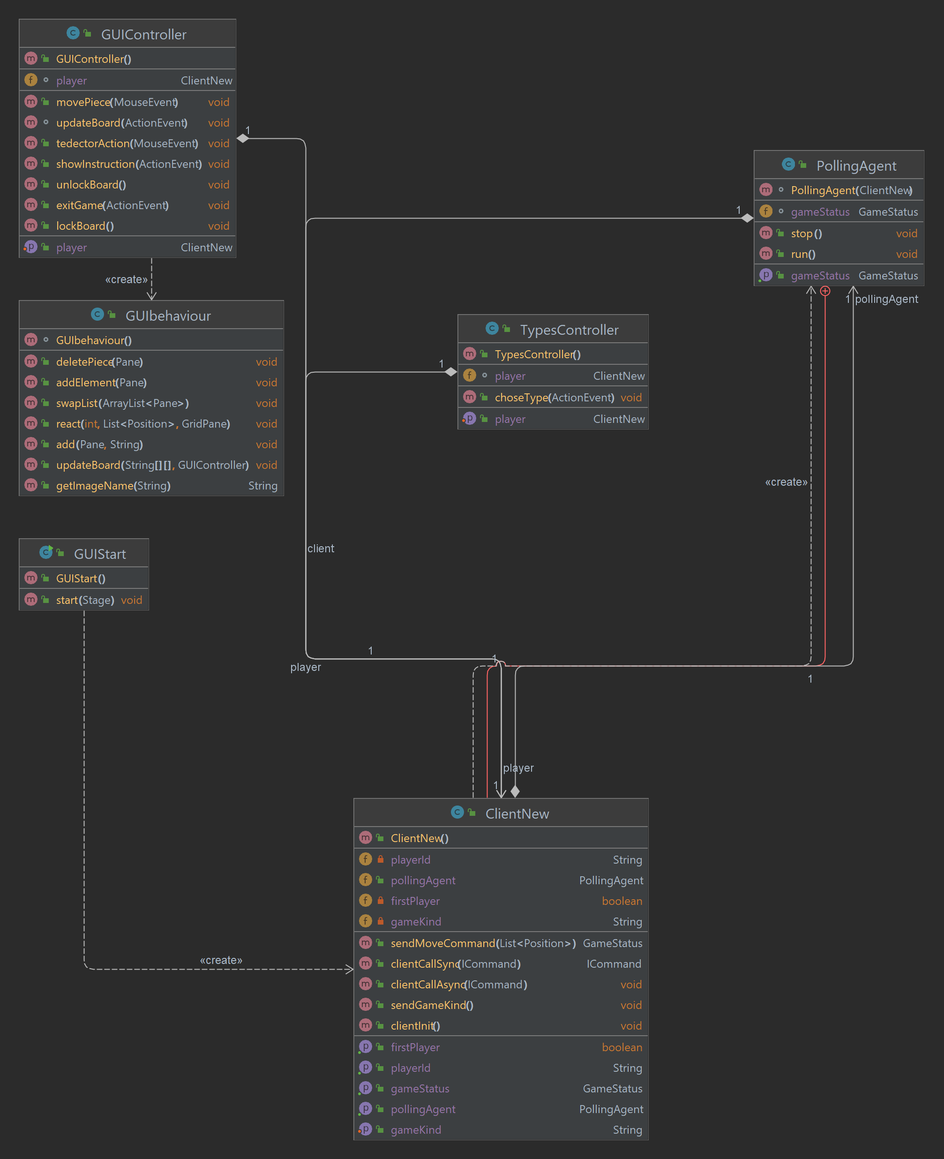
Earlier version of the PlantUML export warcaby/diagrams/frontend.png (ouchang/TP_Warcaby). Its source is kept beside it as warcaby/diagrams/frontend.plantuml.
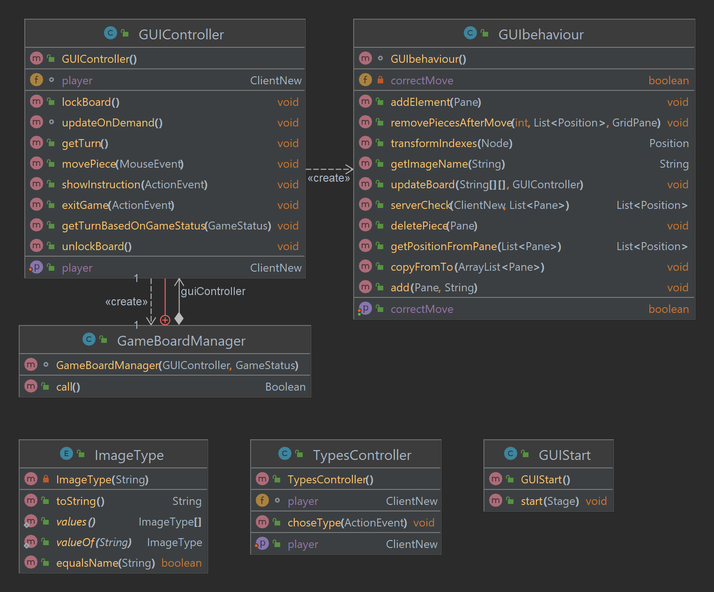
The same diagram one commit later.

Change to the diagram source:
```diff
@@ -4,33 +4,17 @@
 top to bottom direction
 skinparam linetype ortho
 
-class ClientNew {
-  + ClientNew():
-  - playerId: String
-  + pollingAgent: PollingAgent
-  - firstPlayer: boolean
-  - gameKind: String
-  + sendMoveCommand(List<Position>): GameStatus
-  + clientCallSync(ICommand): ICommand
-  + clientCallAsync(ICommand): void
-  + sendGameKind(): void
-  + clientInit(): void
-   firstPlayer: boolean
-   playerId: String
-   gameStatus: GameStatus
-   pollingAgent: PollingAgent
-   gameKind: String
-}
 class GUIController {
   + GUIController():
   ~ player: ClientNew
+  + lockBoard(): void
+  ~ updateOnDemand(): void
+  + getTurn(): void
   + movePiece(MouseEvent): void
-  ~ updateBoard(ActionEvent): void
-  + tedectorAction(MouseEvent): void
   + showInstruction(ActionEvent): void
+  + exitGame(ActionEvent): void
+  + getTurnBasedOnGameStatus(GameStatus): void
   + unlockBoard(): void
-  + exitGame(ActionEvent): void
-  + lockBoard(): void
    player: ClientNew
 }
 class GUIStart {
@@ -39,20 +23,29 @@
 }
 class GUIbehaviour {
   ~ GUIbehaviour():
+  - correctMove: boolean
+  + addElement(Pane): void
+  + removePiecesAfterMove(int, List<Position>, GridPane): void
+  + transformIndexes(Node): Position
+  + getImageName(String): String
+  + updateBoard(String[][], GUIController): void
+  + serverCheck(ClientNew, List<Pane>): List<Position>
   + deletePiece(Pane): void
-  + addElement(Pane): void
-  + swapList(ArrayList<Pane>): void
-  + react(int, List<Position>, GridPane): void
+  + getPositionFromPane(List<Pane>): List<Position>
+  + copyFromTo(ArrayList<Pane>): void
   + add(Pane, String): void
-  + updateBoard(String[][], GUIController): void
-  + getImageName(String): String
+   correctMove: boolean
 }
-class PollingAgent {
-  ~ PollingAgent(ClientNew):
-  ~ gameStatus: GameStatus
-  + stop(): void
-  + run(): void
-   gameStatus: GameStatus
+class GameBoardManager {
+  ~ GameBoardManager(GUIController, GameStatus):
+  + call(): Boolean
+}
+enum ImageType << enumeration >> {
+  - ImageType(String):
+  + toString(): String
+  + values(): ImageType[]
+  + valueOf(String): ImageType
+  + equalsName(String): boolean
 }
 class TypesController {
   + TypesController():
@@ -61,12 +54,8 @@
    player: ClientNew
 }
 
-ClientNew       "1" *-[#595959,plain]-> "pollingAgent\n1" PollingAgent
-ClientNew        -[#595959,dashed]->  PollingAgent    : "«create»"
-GUIController   "1" *-[#595959,plain]-> "player\n1" ClientNew
-GUIController    -[#595959,dashed]->  GUIbehaviour    : "«create»"
-GUIStart         -[#595959,dashed]->  ClientNew       : "«create»"
-PollingAgent    "1" *-[#595959,plain]-> "client\n1" ClientNew
-PollingAgent     +-[#820000,plain]-  ClientNew
-TypesController "1" *-[#595959,plain]-> "player\n1" ClientNew
+GUIController     -[#595959,dashed]->  GUIbehaviour     : "«create»"
+GUIController     -[#595959,dashed]->  GameBoardManager : "«create»"
+GameBoardManager  +-[#820000,plain]-  GUIController
+GameBoardManager "1" *-[#595959,plain]-> "guiController\n1" GUIController
 @enduml
```
